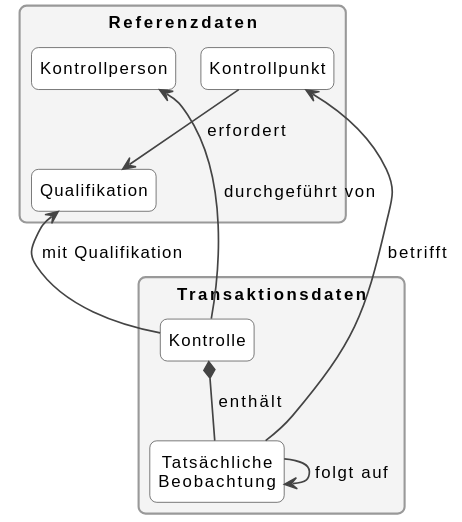
The PlantUML diagram docs/de/assets/excerpts/kontrolle.svg in blw-ofag-ufag/eCH-0264, before a commit.
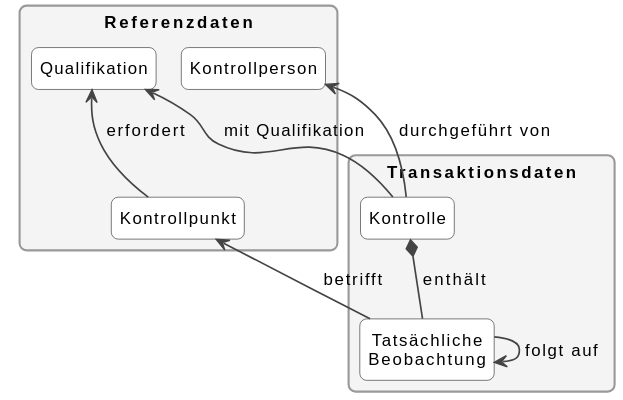
Later version of the same file.

What changed in the source:
```diff
@@ -22,10 +22,10 @@
   class "Kontrolle" as KON
   class "Tatsächliche\nBeobachtung" as BEO
 }
-KP --> QUA : erfordert
+KP -up-> QUA : erfordert
 KON *-down- BEO : enthält
 BEO --> BEO : folgt auf
-BEO -up-> KP : betrifft
 KON -up-> PER : durchgeführt von
 KON -up-> QUA : mit Qualifikation
+BEO -up-> KP : betrifft
 @enduml
```
